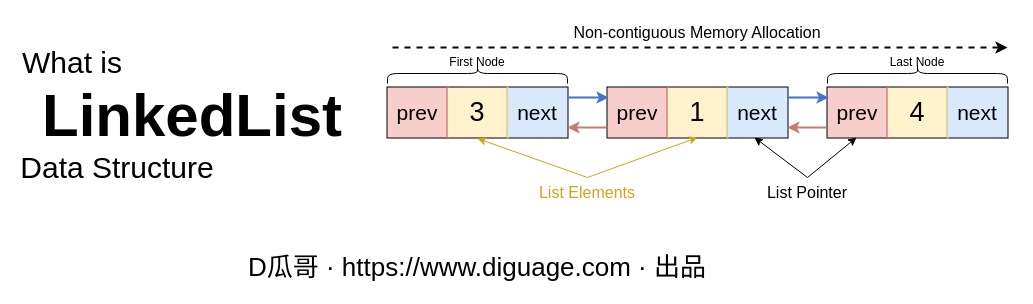
Before: page "链表" (8 of 12) of static/diagrams/data-structures.drawio in diguage/www.diguage.com, a draw.io diagram. Source tidied: cells renumbered, new cells numbered last; positions are measured from the earlier drawing's top-left corner, leaving out a move shared by most shapes. Both pictures are drawn from the tidied source at 100%, with x=0, y=0 at pixel (17, 17).
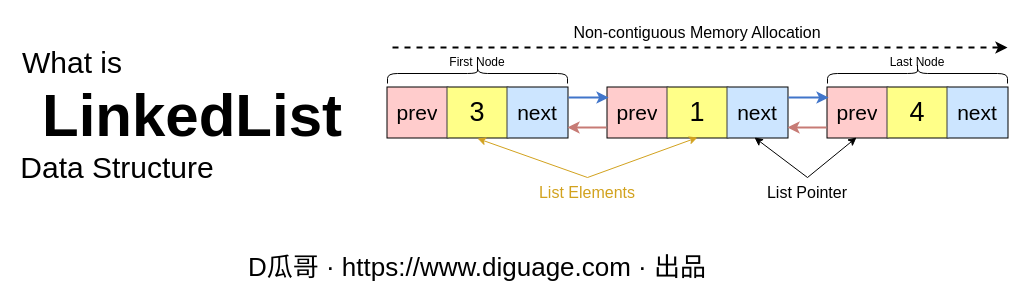
Above is the later version.

The change refers to these unchanged cells:
```xml
<mxCell id="8" style="shape=tableRow;horizontal=0;startSize=0;swimlaneHead=0;swimlaneBody=0;strokeColor=inherit;top=0;left=0;bottom=0;right=0;fillColor=none;points=[[0,0.5],[1,0.5]];portConstraint=eastwest;fontFamily=JetBrains Mono;fontSize=21;strokeWidth=2;" parent="7" vertex="1">
  <mxGeometry width="180" height="50" as="geometry" />
</mxCell>
<mxCell id="13" style="shape=tableRow;horizontal=0;startSize=0;swimlaneHead=0;swimlaneBody=0;strokeColor=inherit;top=0;left=0;bottom=0;right=0;fillColor=none;points=[[0,0.5],[1,0.5]];portConstraint=eastwest;fontFamily=JetBrains Mono;fontSize=21;strokeWidth=2;" parent="12" vertex="1">
  <mxGeometry width="180" height="50" as="geometry" />
</mxCell>
<mxCell id="20" style="shape=tableRow;horizontal=0;startSize=0;swimlaneHead=0;swimlaneBody=0;strokeColor=inherit;top=0;left=0;bottom=0;right=0;fillColor=none;points=[[0,0.5],[1,0.5]];portConstraint=eastwest;fontFamily=JetBrains Mono;fontSize=21;strokeWidth=2;" parent="19" vertex="1">
  <mxGeometry width="180" height="50" as="geometry" />
</mxCell>
```

What changed in the source:
```diff
@@
-    <mxCell id="9" value="prev" style="shape=partialRectangle;html=1;whiteSpace=wrap;strokeColor=#b85450;overflow=hidden;fillColor=#f8cecc;top=0;left=0;bottom=0;right=1;fontFamily=Source Code Pro;fontSize=21;strokeWidth=2;" parent="8" vertex="1">
+    <mxCell id="9" value="prev" style="shape=partialRectangle;html=1;whiteSpace=wrap;strokeColor=#36393d;overflow=hidden;fillColor=#ffcccc;top=0;left=0;bottom=0;right=1;fontFamily=Source Code Pro;fontSize=21;strokeWidth=2;" parent="8" vertex="1">
       <mxGeometry width="60" height="50" as="geometry" />
     </mxCell>
-    <mxCell id="10" value="3" style="shape=partialRectangle;html=1;whiteSpace=wrap;strokeColor=#d6b656;overflow=hidden;fillColor=#fff2cc;top=0;left=0;bottom=0;right=1;fontFamily=JetBrains Mono;fontSize=27;strokeWidth=2;" parent="8" vertex="1">
+    <mxCell id="10" value="3" style="shape=partialRectangle;html=1;whiteSpace=wrap;strokeColor=#36393d;overflow=hidden;fillColor=#ffff88;top=0;left=0;bottom=0;right=1;fontFamily=JetBrains Mono;fontSize=27;strokeWidth=2;" parent="8" vertex="1">
       <mxGeometry x="60" width="60" height="50" as="geometry" />
     </mxCell>
-    <mxCell id="11" value="next" style="shape=partialRectangle;html=1;whiteSpace=wrap;strokeColor=#6c8ebf;overflow=hidden;fillColor=#dae8fc;top=0;left=0;bottom=0;right=0;fontFamily=Source Code Pro;fontSize=21;strokeWidth=2;" parent="8" vertex="1">
+    <mxCell id="11" value="next" style="shape=partialRectangle;html=1;whiteSpace=wrap;strokeColor=#36393d;overflow=hidden;fillColor=#cce5ff;top=0;left=0;bottom=0;right=0;fontFamily=Source Code Pro;fontSize=21;strokeWidth=2;" parent="8" vertex="1">
       <mxGeometry x="120" width="60" height="50" as="geometry" />
     </mxCell>
@@
-    <mxCell id="14" value="prev" style="shape=partialRectangle;html=1;whiteSpace=wrap;strokeColor=#b85450;overflow=hidden;fillColor=#f8cecc;top=0;left=0;bottom=0;right=1;fontFamily=Source Code Pro;fontSize=21;strokeWidth=2;" parent="13" vertex="1">
+    <mxCell id="14" value="prev" style="shape=partialRectangle;html=1;whiteSpace=wrap;strokeColor=#36393d;overflow=hidden;fillColor=#ffcccc;top=0;left=0;bottom=0;right=1;fontFamily=Source Code Pro;fontSize=21;strokeWidth=2;" parent="13" vertex="1">
       <mxGeometry width="60" height="50" as="geometry" />
     </mxCell>
-    <mxCell id="15" value="1" style="shape=partialRectangle;html=1;whiteSpace=wrap;strokeColor=#d6b656;overflow=hidden;fillColor=#fff2cc;top=0;left=0;bottom=0;right=1;fontFamily=JetBrains Mono;fontSize=27;strokeWidth=2;" parent="13" vertex="1">
+    <mxCell id="15" value="1" style="shape=partialRectangle;html=1;whiteSpace=wrap;strokeColor=#36393d;overflow=hidden;fillColor=#ffff88;top=0;left=0;bottom=0;right=1;fontFamily=JetBrains Mono;fontSize=27;strokeWidth=2;" parent="13" vertex="1">
       <mxGeometry x="60" width="60" height="50" as="geometry" />
     </mxCell>
-    <mxCell id="16" value="next" style="shape=partialRectangle;html=1;whiteSpace=wrap;strokeColor=#6c8ebf;overflow=hidden;fillColor=#dae8fc;top=0;left=0;bottom=0;right=0;fontFamily=Source Code Pro;fontSize=21;strokeWidth=2;" parent="13" vertex="1">
+    <mxCell id="16" value="next" style="shape=partialRectangle;html=1;whiteSpace=wrap;strokeColor=#36393d;overflow=hidden;fillColor=#cce5ff;top=0;left=0;bottom=0;right=0;fontFamily=Source Code Pro;fontSize=21;strokeWidth=2;" parent="13" vertex="1">
       <mxGeometry x="120" width="60" height="50" as="geometry" />
     </mxCell>
@@
-    <mxCell id="21" value="prev" style="shape=partialRectangle;html=1;whiteSpace=wrap;strokeColor=#b85450;overflow=hidden;fillColor=#f8cecc;top=0;left=0;bottom=0;right=1;fontFamily=Source Code Pro;fontSize=21;strokeWidth=2;" parent="20" vertex="1">
+    <mxCell id="21" value="prev" style="shape=partialRectangle;html=1;whiteSpace=wrap;strokeColor=#36393d;overflow=hidden;fillColor=#ffcccc;top=0;left=0;bottom=0;right=1;fontFamily=Source Code Pro;fontSize=21;strokeWidth=2;" parent="20" vertex="1">
       <mxGeometry width="60" height="50" as="geometry" />
     </mxCell>
-    <mxCell id="22" value="4" style="shape=partialRectangle;html=1;whiteSpace=wrap;strokeColor=#d6b656;overflow=hidden;fillColor=#fff2cc;top=0;left=0;bottom=0;right=1;fontFamily=JetBrains Mono;fontSize=27;strokeWidth=2;" parent="20" vertex="1">
+    <mxCell id="22" value="4" style="shape=partialRectangle;html=1;whiteSpace=wrap;strokeColor=#36393d;overflow=hidden;fillColor=#ffff88;top=0;left=0;bottom=0;right=1;fontFamily=JetBrains Mono;fontSize=27;strokeWidth=2;" parent="20" vertex="1">
       <mxGeometry x="60" width="60" height="50" as="geometry" />
     </mxCell>
-    <mxCell id="23" value="next" style="shape=partialRectangle;html=1;whiteSpace=wrap;strokeColor=#6c8ebf;overflow=hidden;fillColor=#dae8fc;top=0;left=0;bottom=0;right=0;fontFamily=Source Code Pro;fontSize=21;strokeWidth=2;" parent="20" vertex="1">
+    <mxCell id="23" value="next" style="shape=partialRectangle;html=1;whiteSpace=wrap;strokeColor=#36393d;overflow=hidden;fillColor=#cce5ff;top=0;left=0;bottom=0;right=0;fontFamily=Source Code Pro;fontSize=21;strokeWidth=2;" parent="20" vertex="1">
       <mxGeometry x="120" width="60" height="50" as="geometry" />
     </mxCell>
```
